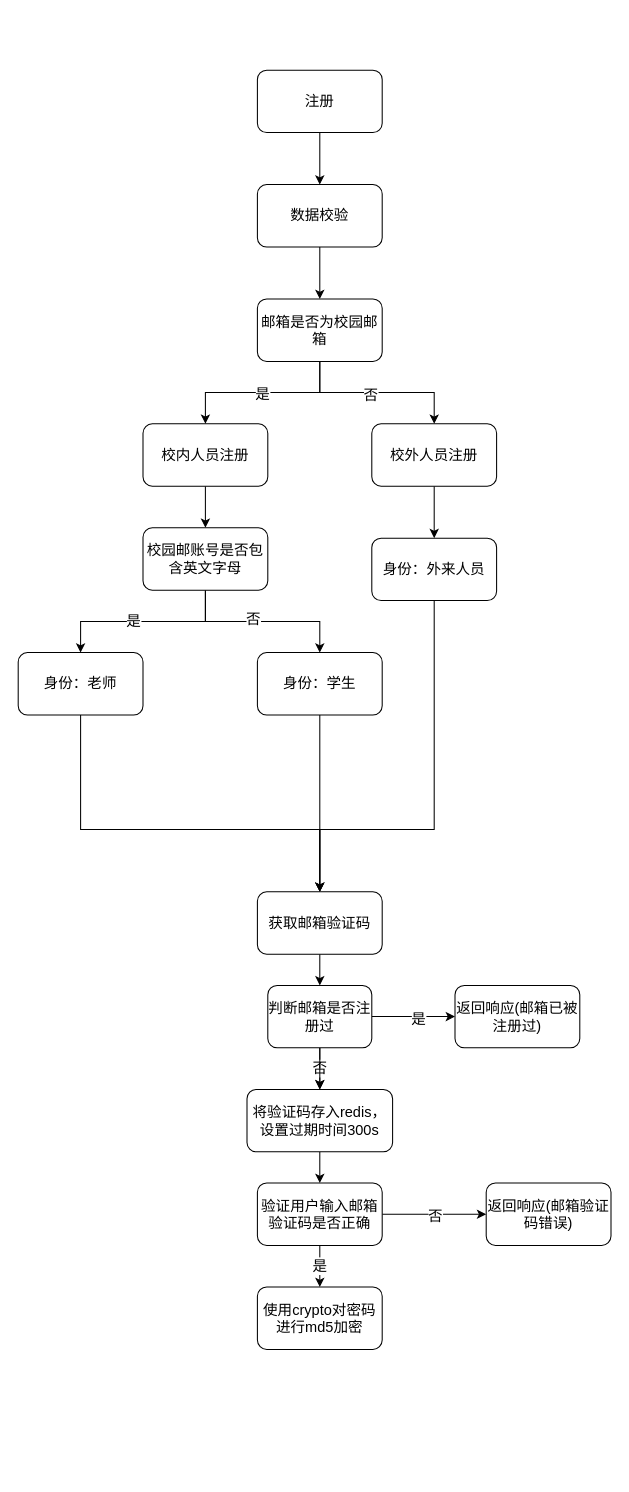
Before: 注册功能逻辑流程图.drawio in AdhereZ/graph, a draw.io diagram. Source tidied: cells renumbered, new cells numbered last; positions are measured from the earlier drawing's top-left corner, leaving out a move shared by most shapes. Both pictures are drawn from the tidied source at 104%, with x=0, y=0 at pixel (18, 70).
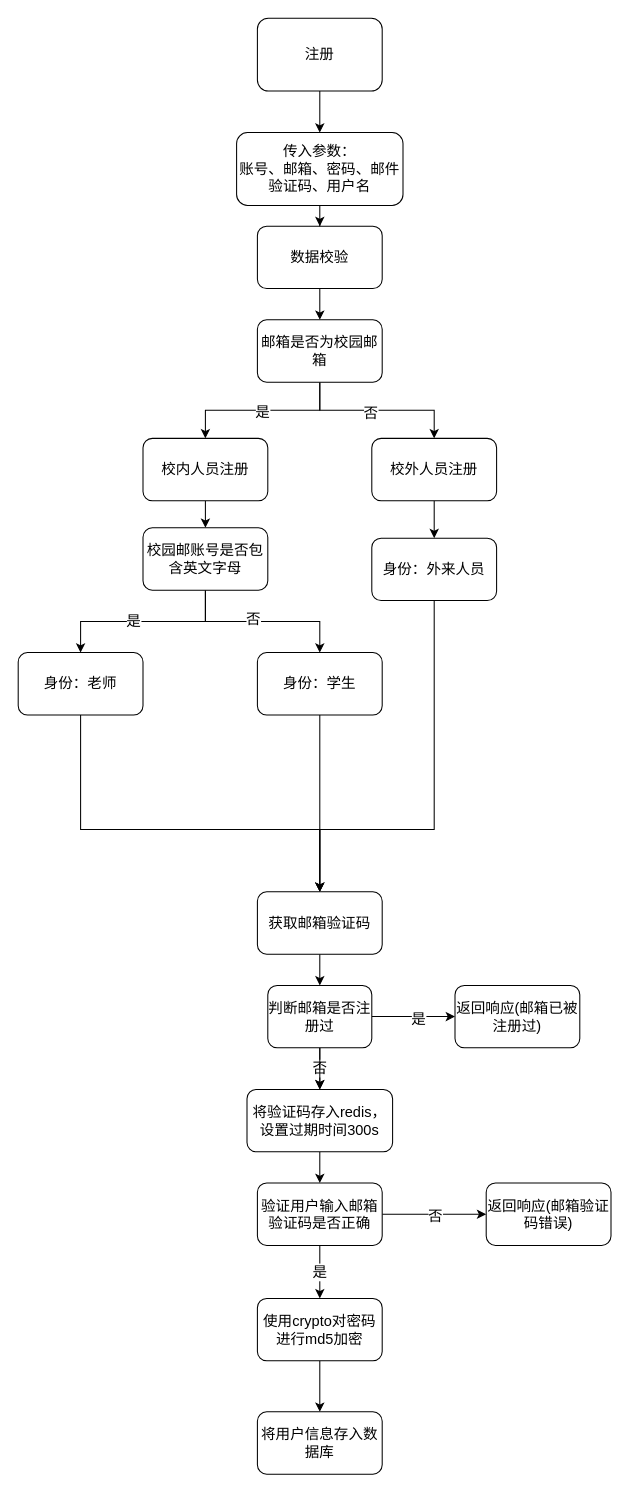
Above is the later version.

Commit message (it also covers changes not shown here):
更新注册功能逻辑流程图.drawio

Change to the diagram source:
```diff
@@
-<mxGraphModel>
+<mxGraphModel background="#FFFFFF">
@@
-    <mxCell id="2" style="edgeStyle=orthogonalEdgeStyle;rounded=0;jettySize=auto;html=1;fontSize=14;" parent="1" edge="1" source="3" target="9">
-      <mxGeometry relative="1" as="geometry" />
-    </mxCell>
+    <mxCell id="42" style="edgeStyle=orthogonalEdgeStyle;rounded=0;jettySize=auto;html=1;fontSize=14;" parent="1" edge="1" source="3" target="46">
+      <mxGeometry relative="1" as="geometry" />
+    </mxCell>
     <mxCell id="3" value="&lt;font style=&quot;font-size: 14px;&quot;&gt;注册&lt;/font&gt;" style="rounded=1;whiteSpace=wrap;html=1;" parent="1" vertex="1">
-      <mxGeometry x="230" width="120" height="60" as="geometry" />
+      <mxGeometry x="230" y="-50" width="120" height="70" as="geometry" />
     </mxCell>
@@
     <mxCell id="5" value="校内人员注册" style="rounded=1;whiteSpace=wrap;html=1;fontSize=14;" parent="1" vertex="1">
-      <mxGeometry x="120" y="340" width="120" height="60" as="geometry" />
+      <mxGeometry x="120" y="354" width="120" height="60" as="geometry" />
     </mxCell>
@@
     <mxCell id="7" value="校外人员注册" style="rounded=1;whiteSpace=wrap;html=1;fontSize=14;" parent="1" vertex="1">
-      <mxGeometry x="340" y="340" width="120" height="60" as="geometry" />
+      <mxGeometry x="340" y="354" width="120" height="60" as="geometry" />
     </mxCell>
@@
     <mxCell id="9" value="数据校验" style="rounded=1;whiteSpace=wrap;html=1;fontSize=14;" parent="1" vertex="1">
-      <mxGeometry x="230" y="110" width="120" height="60" as="geometry" />
+      <mxGeometry x="230" y="150" width="120" height="60" as="geometry" />
     </mxCell>
@@
     <mxCell id="14" value="邮箱是否为校园邮箱" style="rounded=1;whiteSpace=wrap;html=1;fontSize=14;" parent="1" vertex="1">
-      <mxGeometry x="230" y="220" width="120" height="60" as="geometry" />
+      <mxGeometry x="230" y="240" width="120" height="60" as="geometry" />
     </mxCell>
@@
+    <mxCell id="43" style="edgeStyle=orthogonalEdgeStyle;rounded=0;jettySize=auto;html=1;fontSize=14;" parent="1" edge="1" source="30" target="44">
+      <mxGeometry relative="1" as="geometry" />
+    </mxCell>
     <mxCell id="30" value="使用crypto对密码进行md5加密" style="rounded=1;whiteSpace=wrap;html=1;fontSize=14;" parent="1" vertex="1">
-      <mxGeometry x="230" y="1170" width="120" height="60" as="geometry" />
+      <mxGeometry x="230" y="1181" width="120" height="60" as="geometry" />
     </mxCell>
@@
+    <mxCell id="44" value="将用户信息存入数据库" style="rounded=1;whiteSpace=wrap;html=1;fontSize=14;" parent="1" vertex="1">
+      <mxGeometry x="230" y="1290" width="120" height="60" as="geometry" />
+    </mxCell>
+    <mxCell id="45" style="edgeStyle=orthogonalEdgeStyle;rounded=0;jettySize=auto;html=1;fontSize=14;" parent="1" edge="1" source="46" target="9">
+      <mxGeometry relative="1" as="geometry" />
+    </mxCell>
+    <mxCell id="46" value="传入参数：&lt;br&gt;账号、邮箱、密码、邮件验证码、用户名" style="rounded=1;whiteSpace=wrap;html=1;fontSize=14;" parent="1" vertex="1">
+      <mxGeometry x="210" y="60" width="160" height="70" as="geometry" />
+    </mxCell>
```
